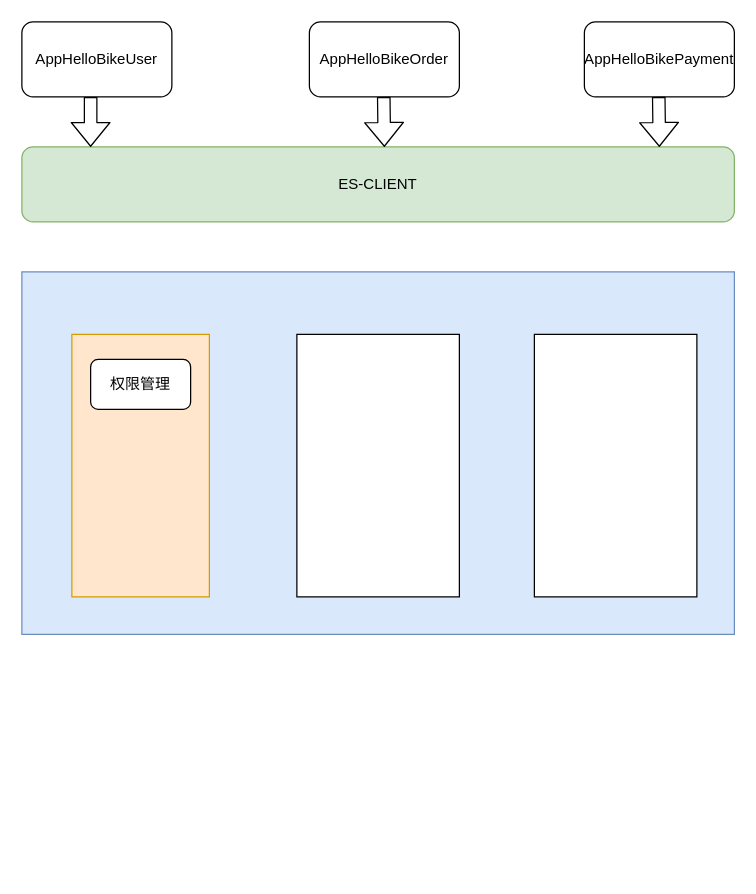
Before: es-ops.drawio in zyhui98/drawio, a draw.io diagram. Source tidied: cells renumbered, new cells numbered last; positions are measured from the earlier drawing's top-left corner, leaving out a move shared by most shapes. Both pictures are drawn from the tidied source at 125%, with x=0, y=0 at pixel (21, 21).
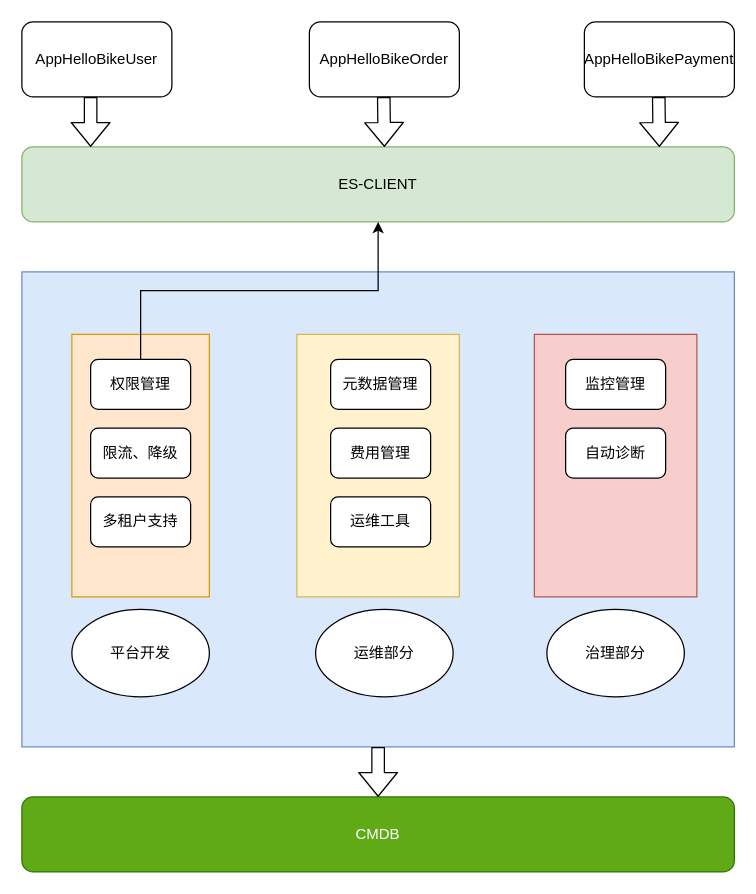
The same page after the edit.

Unchanged cells that the change refers to:
```xml
<mxCell id="5" value="&lt;div&gt;&lt;span&gt;ES-CLIENT&lt;/span&gt;&lt;/div&gt;" style="rounded=1;whiteSpace=wrap;html=1;fillColor=#d5e8d4;strokeColor=#82b366;align=center;" parent="1" vertex="1">
  <mxGeometry y="100" width="570" height="60" as="geometry" />
</mxCell>
<mxCell id="10" value="权限管理" style="rounded=1;whiteSpace=wrap;html=1;" parent="1" vertex="1">
  <mxGeometry x="55" y="270" width="80" height="40" as="geometry" />
</mxCell>
```

The edit, as a diff of the source:
```diff
@@
     <mxCell id="6" style="rounded=0;whiteSpace=wrap;html=1;fillColor=#dae8fc;strokeColor=#6c8ebf;" parent="1" vertex="1">
-      <mxGeometry y="200" width="570" height="290" as="geometry" />
+      <mxGeometry y="200" width="570" height="380" as="geometry" />
     </mxCell>
@@
-    <mxCell id="8" style="rounded=0;whiteSpace=wrap;html=1;" parent="1" vertex="1">
+    <mxCell id="8" style="rounded=0;whiteSpace=wrap;html=1;fillColor=#fff2cc;strokeColor=#d6b656;" parent="1" vertex="1">
       <mxGeometry x="220" y="250" width="130" height="210" as="geometry" />
     </mxCell>
-    <mxCell id="9" style="rounded=0;whiteSpace=wrap;html=1;" parent="1" vertex="1">
+    <mxCell id="9" style="rounded=0;whiteSpace=wrap;html=1;fillColor=#f8cecc;strokeColor=#b85450;align=left;" parent="1" vertex="1">
       <mxGeometry x="410" y="250" width="130" height="210" as="geometry" />
     </mxCell>
+    <mxCell id="14" style="edgeStyle=orthogonalEdgeStyle;rounded=0;jettySize=auto;html=1;exitX=0.5;exitY=0;exitDx=0;exitDy=0;" parent="1" edge="1" source="10" target="5">
+      <mxGeometry relative="1" as="geometry" />
+    </mxCell>
@@
+    <mxCell id="15" value="限流、降级" style="rounded=1;whiteSpace=wrap;html=1;" parent="1" vertex="1">
+      <mxGeometry x="55" y="325" width="80" height="40" as="geometry" />
+    </mxCell>
+    <mxCell id="16" value="多租户支持" style="rounded=1;whiteSpace=wrap;html=1;" parent="1" vertex="1">
+      <mxGeometry x="55" y="380" width="80" height="40" as="geometry" />
+    </mxCell>
+    <mxCell id="17" value="元数据管理" style="rounded=1;whiteSpace=wrap;html=1;" parent="1" vertex="1">
+      <mxGeometry x="247" y="270" width="80" height="40" as="geometry" />
+    </mxCell>
+    <mxCell id="18" value="费用管理" style="rounded=1;whiteSpace=wrap;html=1;" parent="1" vertex="1">
+      <mxGeometry x="247" y="325" width="80" height="40" as="geometry" />
+    </mxCell>
+    <mxCell id="19" value="运维工具" style="rounded=1;whiteSpace=wrap;html=1;" parent="1" vertex="1">
+      <mxGeometry x="247" y="380" width="80" height="40" as="geometry" />
+    </mxCell>
+    <mxCell id="20" value="监控管理" style="rounded=1;whiteSpace=wrap;html=1;" parent="1" vertex="1">
+      <mxGeometry x="435" y="270" width="80" height="40" as="geometry" />
+    </mxCell>
+    <mxCell id="21" value="自动诊断" style="rounded=1;whiteSpace=wrap;html=1;" parent="1" vertex="1">
+      <mxGeometry x="435" y="325" width="80" height="40" as="geometry" />
+    </mxCell>
+    <mxCell id="22" value="平台开发" style="ellipse;whiteSpace=wrap;html=1;" parent="1" vertex="1">
+      <mxGeometry x="40" y="470" width="110" height="70" as="geometry" />
+    </mxCell>
+    <mxCell id="23" value="运维部分" style="ellipse;whiteSpace=wrap;html=1;" parent="1" vertex="1">
+      <mxGeometry x="235" y="470" width="110" height="70" as="geometry" />
+    </mxCell>
+    <mxCell id="24" value="治理部分" style="ellipse;whiteSpace=wrap;html=1;" parent="1" vertex="1">
+      <mxGeometry x="420" y="470" width="110" height="70" as="geometry" />
+    </mxCell>
+    <mxCell id="25" value="CMDB" style="rounded=1;whiteSpace=wrap;html=1;fillColor=#60a917;strokeColor=#2D7600;fontColor=#ffffff;" parent="1" vertex="1">
+      <mxGeometry y="620" width="570" height="60" as="geometry" />
+    </mxCell>
+    <mxCell id="26" style="shape=flexArrow;endArrow=classic;html=1;exitX=0.5;exitY=1;exitDx=0;exitDy=0;" parent="1" edge="1" source="6" target="25">
+      <mxGeometry relative="1" as="geometry" />
+    </mxCell>
```
